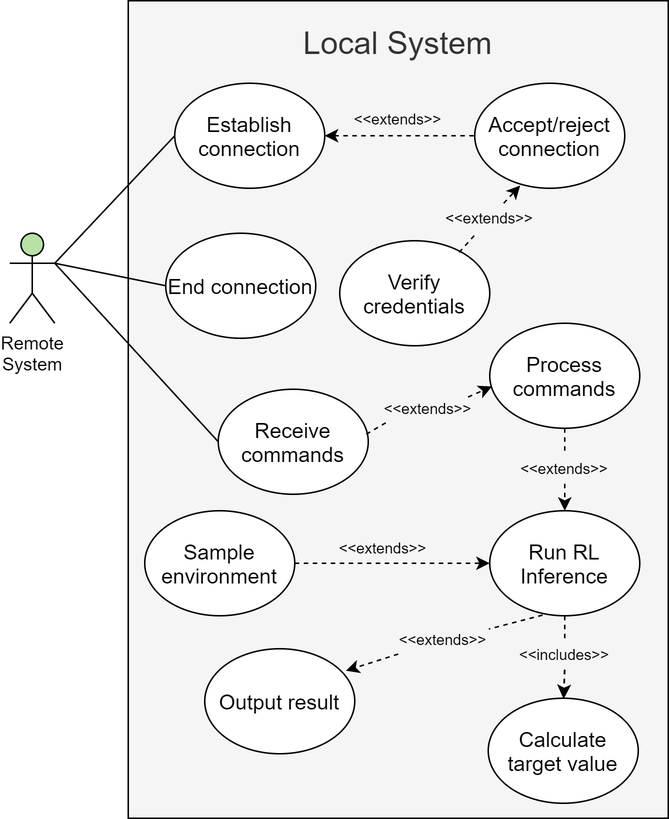
The draw.io diagram 2. Analysis/5. System Analysis/Local/Use Case/use_case_local.png in esrg-silent-howl/zephyrus, before a commit. Source tidied: cells renumbered, new cells last; positions are measured from the earlier drawing's top-left corner, leaving out a move shared by most shapes.
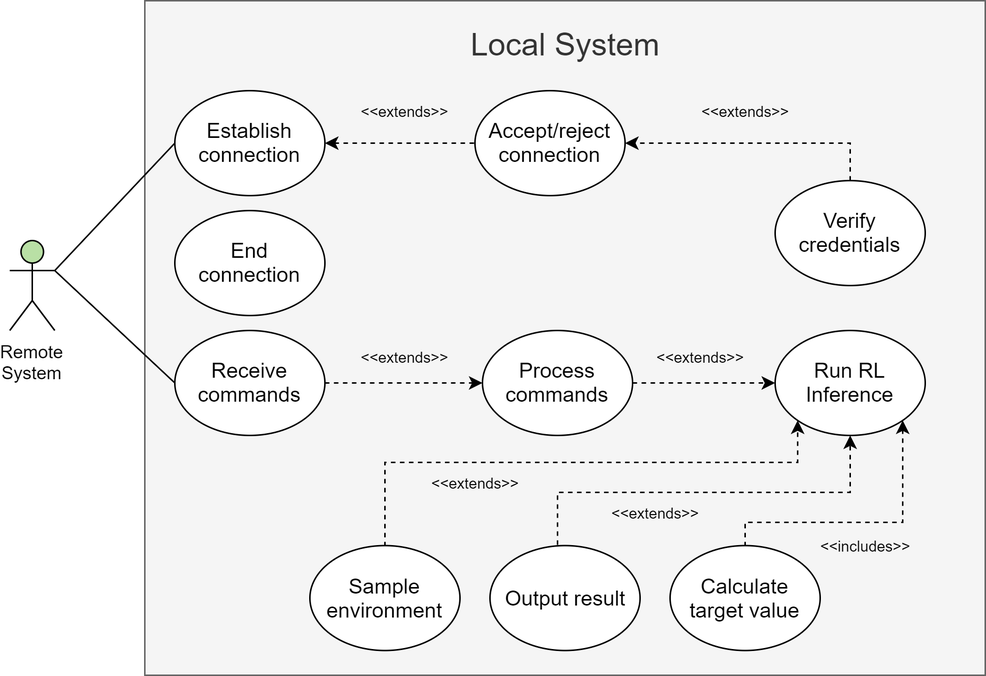
The same diagram one commit later.

Commit message:
UPDT: Use Case Diagram Tweaks

Change to the diagram source:
```diff
@@ -2,8 +2,8 @@
   <root>
     <mxCell id="0" />
     <mxCell id="1" parent="0" />
-    <mxCell id="2" value="Local System" style="rounded=0;whiteSpace=wrap;html=1;fontSize=21;verticalAlign=top;spacingTop=9;fillColor=#f5f5f5;fontColor=#333333;" parent="1" vertex="1">
-      <mxGeometry x="79" width="360" height="545" as="geometry" />
+    <mxCell id="2" value="Local System" style="rounded=0;whiteSpace=wrap;html=1;fontSize=21;verticalAlign=top;spacingTop=9;fillColor=#f5f5f5;strokeColor=#666666;fontColor=#333333;" parent="1" vertex="1">
+      <mxGeometry x="90" y="-5" width="560" height="450" as="geometry" />
     </mxCell>
     <mxCell id="3" style="rounded=0;jettySize=auto;html=1;exitX=1;exitY=0.3333333333333333;exitDx=0;exitDy=0;exitPerimeter=0;entryX=0;entryY=0.5;entryDx=0;entryDy=0;fontSize=14;endArrow=none;endFill=0;" parent="1" edge="1" source="6" target="8">
       <mxGeometry relative="1" as="geometry" />
@@ -11,32 +11,23 @@
     <mxCell id="4" style="edgeStyle=none;rounded=0;jettySize=auto;html=1;exitX=1;exitY=0.3333333333333333;exitDx=0;exitDy=0;exitPerimeter=0;entryX=0;entryY=0.5;entryDx=0;entryDy=0;endArrow=none;endFill=0;fontSize=14;" parent="1" edge="1" source="6" target="15">
       <mxGeometry relative="1" as="geometry" />
     </mxCell>
-    <mxCell id="5" style="edgeStyle=none;rounded=0;jettySize=auto;html=1;exitX=1;exitY=0.3333333333333333;exitDx=0;exitDy=0;exitPerimeter=0;entryX=0;entryY=0.5;entryDx=0;entryDy=0;startArrow=none;startFill=0;endArrow=none;endFill=0;" parent="1" edge="1" source="6" target="31">
-      <mxGeometry relative="1" as="geometry" />
-    </mxCell>
     <mxCell id="6" value="Remote&lt;br&gt;System" style="shape=umlActor;verticalLabelPosition=bottom;verticalAlign=top;html=1;outlineConnect=0;fillColor=#B9E0A5;" parent="1" vertex="1">
       <mxGeometry y="155" width="30" height="60" as="geometry" />
     </mxCell>
-    <mxCell id="7" style="rounded=0;jettySize=auto;html=1;entryX=0.015;entryY=0.602;entryDx=0;entryDy=0;fontSize=14;startArrow=none;startFill=0;endArrow=classic;endFill=1;dashed=1;exitX=0.992;exitY=0.11;exitDx=0;exitDy=0;exitPerimeter=0;entryPerimeter=0;" parent="1" edge="1" source="32" target="10">
-      <mxGeometry relative="1" as="geometry" />
-    </mxCell>
+    <mxCell id="38" style="edgeStyle=orthogonalEdgeStyle;rounded=0;jettySize=auto;html=1;exitX=1;exitY=0.5;exitDx=0;exitDy=0;entryX=0;entryY=0.5;entryDx=0;entryDy=0;dashed=1;" parent="1" edge="1" source="8" target="10">
+      <mxGeometry relative="1" as="geometry" />
+    </mxCell>
     <mxCell id="8" value="Receive commands" style="ellipse;whiteSpace=wrap;html=1;fontSize=14;" parent="1" vertex="1">
-      <mxGeometry x="139" y="259" width="100" height="70" as="geometry" />
+      <mxGeometry x="110" y="215" width="100" height="70" as="geometry" />
     </mxCell>
-    <mxCell id="9" style="rounded=0;jettySize=auto;html=1;entryX=0.5;entryY=0;entryDx=0;entryDy=0;fontSize=14;startArrow=none;startFill=0;endArrow=classic;endFill=1;dashed=1;" parent="1" edge="1" source="18" target="13">
+    <mxCell id="9" style="rounded=0;jettySize=auto;html=1;entryX=0;entryY=0.5;entryDx=0;entryDy=0;fontSize=14;startArrow=none;startFill=0;endArrow=classic;endFill=1;dashed=1;exitX=1;exitY=0.5;exitDx=0;exitDy=0;" parent="1" edge="1" source="10" target="13">
       <mxGeometry relative="1" as="geometry" />
     </mxCell>
     <mxCell id="10" value="Process commands" style="ellipse;whiteSpace=wrap;html=1;fontSize=14;" parent="1" vertex="1">
-      <mxGeometry x="320" y="215" width="100" height="70" as="geometry" />
+      <mxGeometry x="315" y="215" width="100" height="70" as="geometry" />
     </mxCell>
-    <mxCell id="11" style="edgeStyle=none;rounded=0;jettySize=auto;html=1;entryX=0.941;entryY=0.209;entryDx=0;entryDy=0;shadow=0;startArrow=none;startFill=0;endArrow=classic;endFill=1;dashed=1;entryPerimeter=0;" parent="1" edge="1" source="29" target="25">
-      <mxGeometry relative="1" as="geometry" />
-    </mxCell>
-    <mxCell id="12" style="edgeStyle=none;rounded=0;jettySize=auto;html=1;exitX=0.5;exitY=1;exitDx=0;exitDy=0;entryX=0.5;entryY=0;entryDx=0;entryDy=0;dashed=1;startArrow=none;startFill=0;endArrow=classic;endFill=1;" parent="1" edge="1" source="36" target="34">
-      <mxGeometry relative="1" as="geometry" />
-    </mxCell>
     <mxCell id="13" value="Run RL Inference" style="ellipse;whiteSpace=wrap;html=1;fontSize=14;" parent="1" vertex="1">
-      <mxGeometry x="320" y="340" width="100" height="70" as="geometry" />
+      <mxGeometry x="510" y="215" width="100" height="70" as="geometry" />
     </mxCell>
     <mxCell id="14" style="edgeStyle=none;rounded=0;jettySize=auto;html=1;endArrow=none;endFill=0;fontSize=14;startArrow=classic;startFill=1;dashed=1;" parent="1" edge="1" source="15" target="16">
       <mxGeometry relative="1" as="geometry" />
@@ -48,67 +39,74 @@
       <mxGeometry x="310" y="55" width="100" height="70" as="geometry" />
     </mxCell>
     <mxCell id="17" value="&amp;lt;&amp;lt;extends&amp;gt;&amp;gt;" style="text;html=1;strokeColor=none;fillColor=none;align=center;verticalAlign=middle;whiteSpace=wrap;rounded=0;fontSize=10;rotation=0;" parent="1" vertex="1">
-      <mxGeometry x="239" y="69" width="40" height="20" as="geometry" />
+      <mxGeometry x="243" y="59" width="40" height="20" as="geometry" />
     </mxCell>
     <mxCell id="18" value="&amp;lt;&amp;lt;extends&amp;gt;&amp;gt;" style="text;html=1;strokeColor=none;fillColor=none;align=center;verticalAlign=middle;whiteSpace=wrap;rounded=0;fontSize=10;rotation=0;" parent="1" vertex="1">
-      <mxGeometry x="340" y="302" width="60" height="20" as="geometry" />
+      <mxGeometry x="430" y="222.5" width="60" height="20" as="geometry" />
     </mxCell>
-    <mxCell id="19" style="rounded=0;jettySize=auto;html=1;entryX=0.5;entryY=0;entryDx=0;entryDy=0;fontSize=14;startArrow=none;startFill=0;endArrow=none;endFill=0;dashed=1;exitX=0.5;exitY=1;exitDx=0;exitDy=0;" parent="1" edge="1" source="10" target="18">
-      <mxGeometry relative="1" as="geometry" />
-    </mxCell>
-    <mxCell id="20" style="rounded=0;jettySize=auto;html=1;startArrow=none;startFill=0;endArrow=classic;endFill=1;dashed=1;entryX=0.303;entryY=0.974;entryDx=0;entryDy=0;entryPerimeter=0;" parent="1" edge="1" source="22" target="16">
-      <mxGeometry relative="1" as="geometry" />
+    <mxCell id="20" style="rounded=0;jettySize=auto;html=1;startArrow=none;startFill=0;endArrow=classic;endFill=1;dashed=1;entryX=1;entryY=0.5;entryDx=0;entryDy=0;exitX=0.5;exitY=0;exitDx=0;exitDy=0;" parent="1" edge="1" source="21" target="16">
+      <mxGeometry relative="1" as="geometry">
+        <Array as="points">
+          <mxPoint x="560" y="90" />
+        </Array>
+      </mxGeometry>
     </mxCell>
     <mxCell id="21" value="Verify credentials" style="ellipse;whiteSpace=wrap;html=1;fontSize=14;" parent="1" vertex="1">
-      <mxGeometry x="220" y="160" width="100" height="70" as="geometry" />
+      <mxGeometry x="510" y="115" width="100" height="70" as="geometry" />
     </mxCell>
-    <mxCell id="22" value="&amp;lt;&amp;lt;extends&amp;gt;&amp;gt;" style="text;html=1;strokeColor=none;fillColor=none;align=center;verticalAlign=middle;whiteSpace=wrap;rounded=0;fontSize=10;rotation=0;" parent="1" vertex="1">
-      <mxGeometry x="290" y="135" width="60" height="20" as="geometry" />
-    </mxCell>
-    <mxCell id="23" style="rounded=0;jettySize=auto;html=1;startArrow=none;startFill=0;endArrow=none;endFill=0;dashed=1;exitX=0.796;exitY=0.111;exitDx=0;exitDy=0;exitPerimeter=0;" parent="1" edge="1" source="21" target="22">
-      <mxGeometry relative="1" as="geometry" />
-    </mxCell>
     <mxCell id="24" style="edgeStyle=none;rounded=0;orthogonalLoop=1;jettySize=auto;html=1;entryX=0;entryY=0;entryDx=0;entryDy=0;startArrow=none;startFill=0;endArrow=none;endFill=0;" parent="1" edge="1" source="18" target="18">
       <mxGeometry relative="1" as="geometry" />
     </mxCell>
+    <mxCell id="39" style="edgeStyle=orthogonalEdgeStyle;rounded=0;jettySize=auto;html=1;exitX=0.5;exitY=0;exitDx=0;exitDy=0;entryX=0.5;entryY=1;entryDx=0;entryDy=0;dashed=1;" parent="1" edge="1" source="25" target="13">
+      <mxGeometry relative="1" as="geometry">
+        <Array as="points">
+          <mxPoint x="365" y="322.5" />
+          <mxPoint x="560" y="322.5" />
+        </Array>
+      </mxGeometry>
+    </mxCell>
     <mxCell id="25" value="Output result" style="ellipse;whiteSpace=wrap;html=1;fontSize=14;" parent="1" vertex="1">
-      <mxGeometry x="130" y="432" width="100" height="70" as="geometry" />
+      <mxGeometry x="320" y="358.5" width="100" height="70" as="geometry" />
     </mxCell>
-    <mxCell id="26" style="edgeStyle=none;rounded=0;jettySize=auto;html=1;exitX=1;exitY=0.5;exitDx=0;exitDy=0;entryX=0;entryY=0.5;entryDx=0;entryDy=0;startArrow=none;startFill=0;endArrow=classic;endFill=1;dashed=1;" parent="1" edge="1" source="27" target="13">
-      <mxGeometry relative="1" as="geometry" />
+    <mxCell id="26" style="edgeStyle=orthogonalEdgeStyle;rounded=0;jettySize=auto;html=1;exitX=0.5;exitY=0;exitDx=0;exitDy=0;entryX=0;entryY=1;entryDx=0;entryDy=0;dashed=1;" parent="1" edge="1" source="27" target="13">
+      <mxGeometry relative="1" as="geometry">
+        <Array as="points">
+          <mxPoint x="250" y="302.5" />
+          <mxPoint x="525" y="302.5" />
+        </Array>
+      </mxGeometry>
     </mxCell>
     <mxCell id="27" value="Sample environment" style="ellipse;whiteSpace=wrap;html=1;fontSize=14;" parent="1" vertex="1">
-      <mxGeometry x="90" y="340" width="100" height="70" as="geometry" />
+      <mxGeometry x="200" y="358.5" width="100" height="70" as="geometry" />
     </mxCell>
-    <mxCell id="28" value="&amp;lt;&amp;lt;extends&amp;gt;&amp;gt;" style="text;html=1;strokeColor=none;fillColor=none;align=center;verticalAlign=middle;whiteSpace=wrap;rounded=0;fontSize=10;rotation=0;" parent="1" vertex="1">
-      <mxGeometry x="219" y="355" width="60" height="20" as="geometry" />
-    </mxCell>
     <mxCell id="29" value="&amp;lt;&amp;lt;extends&amp;gt;&amp;gt;" style="text;html=1;strokeColor=none;fillColor=none;align=center;verticalAlign=middle;whiteSpace=wrap;rounded=0;fontSize=10;rotation=0;" parent="1" vertex="1">
-      <mxGeometry x="259" y="416" width="60" height="20" as="geometry" />
+      <mxGeometry x="280" y="306.5" width="60" height="20" as="geometry" />
     </mxCell>
-    <mxCell id="30" style="edgeStyle=none;rounded=0;jettySize=auto;html=1;entryX=1.006;entryY=0.144;entryDx=0;entryDy=0;shadow=0;startArrow=none;startFill=0;endArrow=none;endFill=0;dashed=1;exitX=0.352;exitY=0.994;exitDx=0;exitDy=0;exitPerimeter=0;entryPerimeter=0;" parent="1" edge="1" source="13" target="29">
-      <mxGeometry relative="1" as="geometry" />
-    </mxCell>
     <mxCell id="31" value="End connection" style="ellipse;whiteSpace=wrap;html=1;fontSize=14;" parent="1" vertex="1">
-      <mxGeometry x="104" y="155" width="100" height="70" as="geometry" />
+      <mxGeometry x="110" y="135" width="100" height="70" as="geometry" />
     </mxCell>
-    <mxCell id="32" value="&amp;lt;&amp;lt;extends&amp;gt;&amp;gt;" style="text;html=1;strokeColor=none;fillColor=none;align=center;verticalAlign=middle;whiteSpace=wrap;rounded=0;fontSize=10;rotation=0;" parent="1" vertex="1">
-      <mxGeometry x="252" y="262" width="54" height="20" as="geometry" />
-    </mxCell>
-    <mxCell id="33" style="rounded=0;jettySize=auto;html=1;entryX=0.005;entryY=0.922;entryDx=0;entryDy=0;fontSize=14;startArrow=none;startFill=0;endArrow=none;endFill=0;dashed=1;exitX=0.987;exitY=0.428;exitDx=0;exitDy=0;exitPerimeter=0;entryPerimeter=0;" parent="1" edge="1" source="8" target="32">
-      <mxGeometry relative="1" as="geometry" />
-    </mxCell>
+    <mxCell id="40" style="edgeStyle=orthogonalEdgeStyle;rounded=0;jettySize=auto;html=1;exitX=0.5;exitY=0;exitDx=0;exitDy=0;entryX=1;entryY=1;entryDx=0;entryDy=0;dashed=1;" parent="1" edge="1" source="34" target="13">
+      <mxGeometry relative="1" as="geometry">
+        <Array as="points">
+          <mxPoint x="490" y="342.5" />
+          <mxPoint x="595" y="342.5" />
+        </Array>
+      </mxGeometry>
+    </mxCell>
     <mxCell id="34" value="Calculate target value" style="ellipse;whiteSpace=wrap;html=1;fontSize=14;" parent="1" vertex="1">
-      <mxGeometry x="319" y="465" width="100" height="70" as="geometry" />
+      <mxGeometry x="440" y="358.5" width="100" height="70" as="geometry" />
     </mxCell>
-    <mxCell id="35" style="edgeStyle=none;rounded=0;jettySize=auto;html=1;dashed=1;startArrow=none;startFill=0;endArrow=classic;endFill=1;" parent="1" edge="1" source="36" target="34">
-      <mxGeometry relative="1" as="geometry" />
-    </mxCell>
     <mxCell id="36" value="&amp;lt;&amp;lt;includes&amp;gt;&amp;gt;" style="text;html=1;strokeColor=none;fillColor=none;align=center;verticalAlign=middle;whiteSpace=wrap;rounded=0;fontSize=10;rotation=0;" parent="1" vertex="1">
-      <mxGeometry x="340" y="426" width="60" height="20" as="geometry" />
+      <mxGeometry x="540" y="348.5" width="60" height="20" as="geometry" />
     </mxCell>
-    <mxCell id="37" style="edgeStyle=none;rounded=0;jettySize=auto;html=1;exitX=0.5;exitY=1;exitDx=0;exitDy=0;entryX=0.5;entryY=0;entryDx=0;entryDy=0;dashed=1;startArrow=none;startFill=0;endArrow=none;endFill=0;" parent="1" edge="1" source="13" target="36">
-      <mxGeometry relative="1" as="geometry" />
-    </mxCell>
+    <mxCell id="41" value="&amp;lt;&amp;lt;extends&amp;gt;&amp;gt;" style="text;html=1;strokeColor=none;fillColor=none;align=center;verticalAlign=middle;whiteSpace=wrap;rounded=0;fontSize=10;rotation=0;" parent="1" vertex="1">
+      <mxGeometry x="460" y="59" width="60" height="20" as="geometry" />
+    </mxCell>
+    <mxCell id="42" value="&amp;lt;&amp;lt;extends&amp;gt;&amp;gt;" style="text;html=1;strokeColor=none;fillColor=none;align=center;verticalAlign=middle;whiteSpace=wrap;rounded=0;fontSize=10;rotation=0;" parent="1" vertex="1">
+      <mxGeometry x="235.5" y="222.5" width="54" height="20" as="geometry" />
+    </mxCell>
+    <mxCell id="43" value="&amp;lt;&amp;lt;extends&amp;gt;&amp;gt;" style="text;html=1;strokeColor=none;fillColor=none;align=center;verticalAlign=middle;whiteSpace=wrap;rounded=0;fontSize=10;rotation=0;" parent="1" vertex="1">
+      <mxGeometry x="400" y="326.5" width="60" height="20" as="geometry" />
+    </mxCell>
   </root>
 </mxGraphModel>
```
